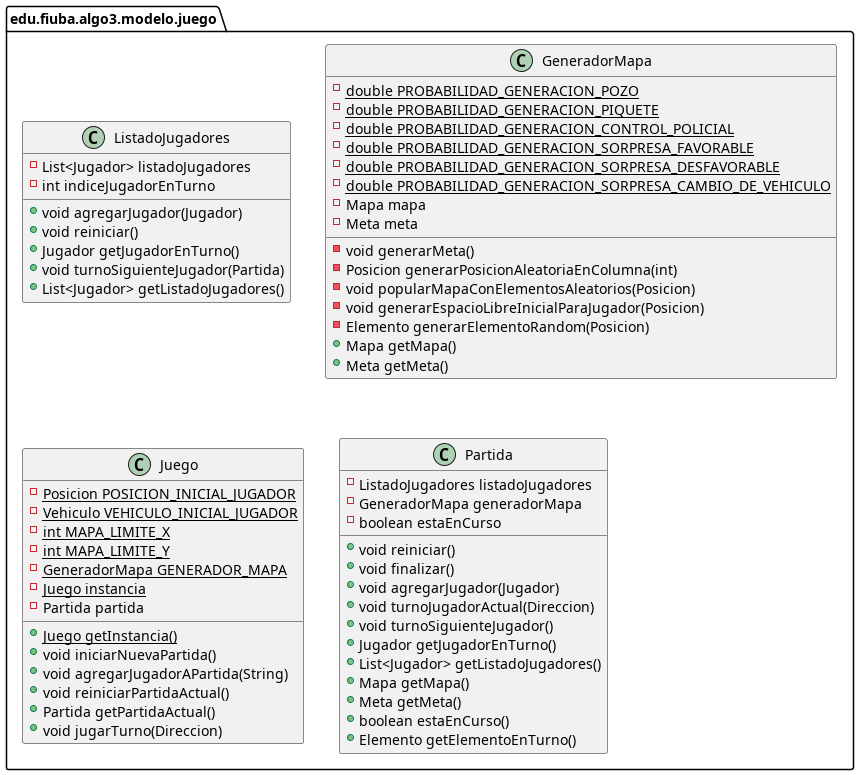
Pablo1107/algo3-tp2 keeps this PlantUML diagram as diagramas/clases-juego.png. Above is the earlier version. Source of this version:
```plantuml
@startuml
class edu.fiuba.algo3.modelo.juego.ListadoJugadores {
- List<Jugador> listadoJugadores
- int indiceJugadorEnTurno
+ void agregarJugador(Jugador)
+ void reiniciar()
+ Jugador getJugadorEnTurno()
+ void turnoSiguienteJugador(Partida)
+ List<Jugador> getListadoJugadores()
}
class edu.fiuba.algo3.modelo.juego.GeneradorMapa {
- {static} double PROBABILIDAD_GENERACION_POZO
- {static} double PROBABILIDAD_GENERACION_PIQUETE
- {static} double PROBABILIDAD_GENERACION_CONTROL_POLICIAL
- {static} double PROBABILIDAD_GENERACION_SORPRESA_FAVORABLE
- {static} double PROBABILIDAD_GENERACION_SORPRESA_DESFAVORABLE
- {static} double PROBABILIDAD_GENERACION_SORPRESA_CAMBIO_DE_VEHICULO
- Mapa mapa
- Meta meta
- void generarMeta()
- Posicion generarPosicionAleatoriaEnColumna(int)
- void popularMapaConElementosAleatorios(Posicion)
- void generarEspacioLibreInicialParaJugador(Posicion)
- Elemento generarElementoRandom(Posicion)
+ Mapa getMapa()
+ Meta getMeta()
}
class edu.fiuba.algo3.modelo.juego.Juego {
- {static} Posicion POSICION_INICIAL_JUGADOR
- {static} Vehiculo VEHICULO_INICIAL_JUGADOR
- {static} int MAPA_LIMITE_X
- {static} int MAPA_LIMITE_Y
- {static} GeneradorMapa GENERADOR_MAPA
- {static} Juego instancia
- Partida partida
+ {static} Juego getInstancia()
+ void iniciarNuevaPartida()
+ void agregarJugadorAPartida(String)
+ void reiniciarPartidaActual()
+ Partida getPartidaActual()
+ void jugarTurno(Direccion)
}
class edu.fiuba.algo3.modelo.juego.Partida {
- ListadoJugadores listadoJugadores
- GeneradorMapa generadorMapa
- boolean estaEnCurso
+ void reiniciar()
+ void finalizar()
+ void agregarJugador(Jugador)
+ void turnoJugadorActual(Direccion)
+ void turnoSiguienteJugador()
+ Jugador getJugadorEnTurno()
+ List<Jugador> getListadoJugadores()
+ Mapa getMapa()
+ Meta getMeta()
+ boolean estaEnCurso()
+ Elemento getElementoEnTurno()
}
@enduml
```
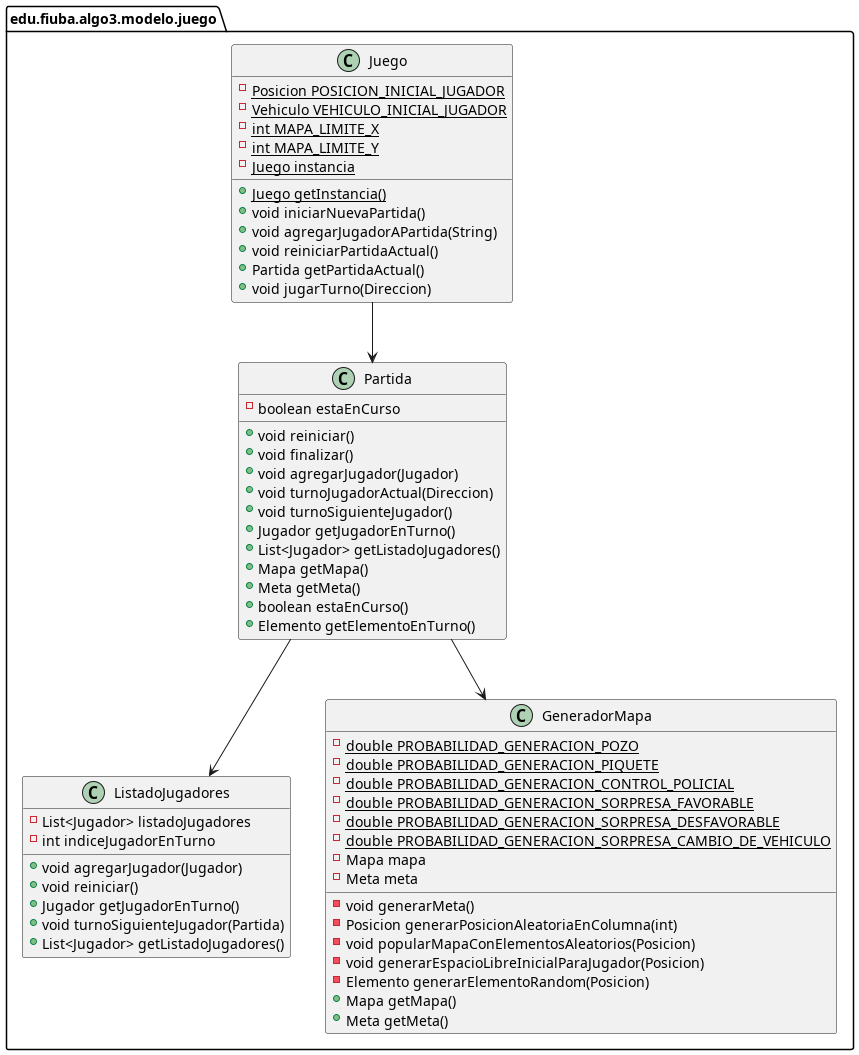
After the commit.

Diff of the diagram source:
```diff
@@ -30,9 +30,7 @@
 - {static} Vehiculo VEHICULO_INICIAL_JUGADOR
 - {static} int MAPA_LIMITE_X
 - {static} int MAPA_LIMITE_Y
-- {static} GeneradorMapa GENERADOR_MAPA
 - {static} Juego instancia
-- Partida partida
 + {static} Juego getInstancia()
 + void iniciarNuevaPartida()
 + void agregarJugadorAPartida(String)
@@ -41,8 +39,6 @@
 + void jugarTurno(Direccion)
 }
 class edu.fiuba.algo3.modelo.juego.Partida {
-- ListadoJugadores listadoJugadores
-- GeneradorMapa generadorMapa
 - boolean estaEnCurso
 + void reiniciar()
 + void finalizar()
@@ -56,4 +52,8 @@
 + boolean estaEnCurso()
 + Elemento getElementoEnTurno()
 }
+
+edu.fiuba.algo3.modelo.juego.Juego --> edu.fiuba.algo3.modelo.juego.Partida
+edu.fiuba.algo3.modelo.juego.Partida --> edu.fiuba.algo3.modelo.juego.GeneradorMapa
+edu.fiuba.algo3.modelo.juego.Partida --> edu.fiuba.algo3.modelo.juego.ListadoJugadores
 @enduml
```
